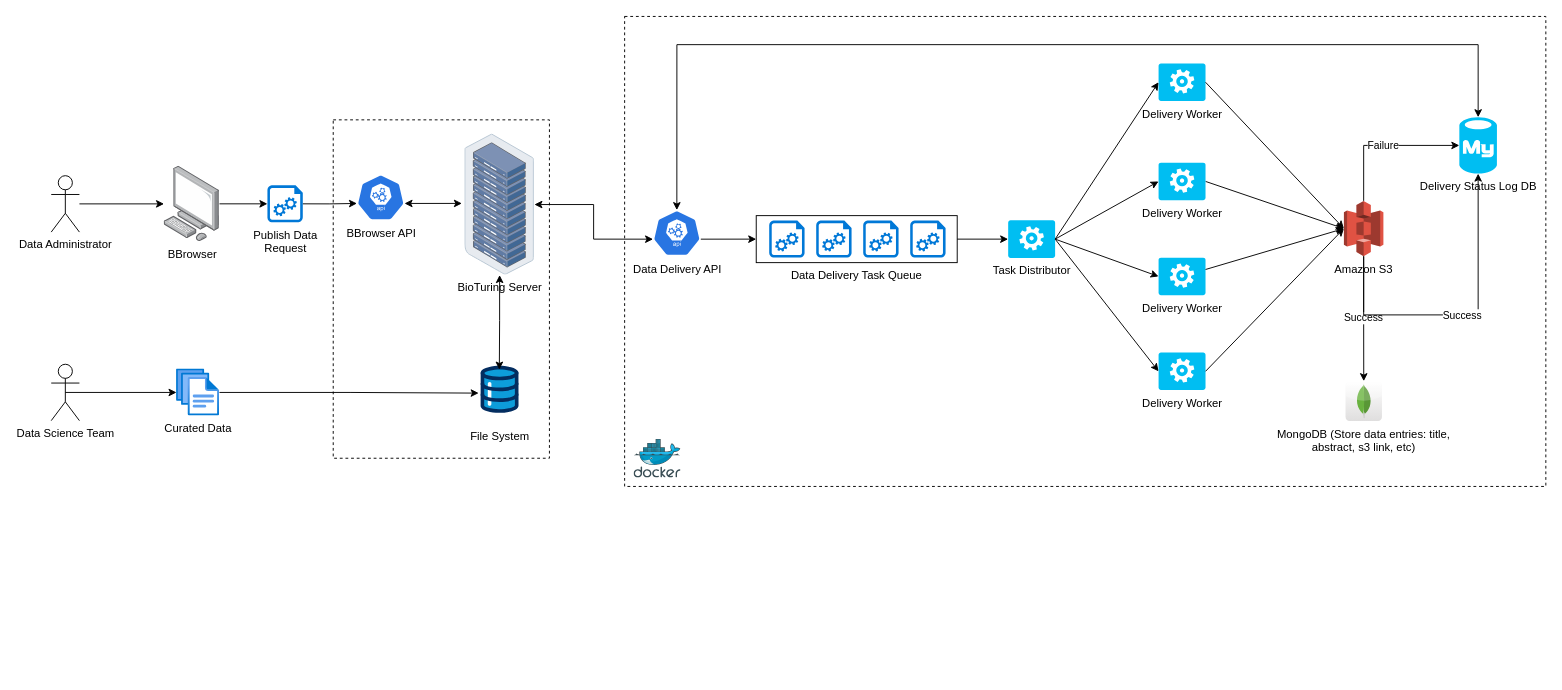
Earlier version of the draw.io diagram assets/img/portfolio/data_delivery_pipeline.drawio (phung025/phung025.github.io). Source tidied: cells renumbered, new cells numbered last; positions are measured from the earlier drawing's top-left corner, leaving out a move shared by most shapes. Both pictures are drawn from the tidied source at 94%, with x=0, y=0 at pixel (51, 16).
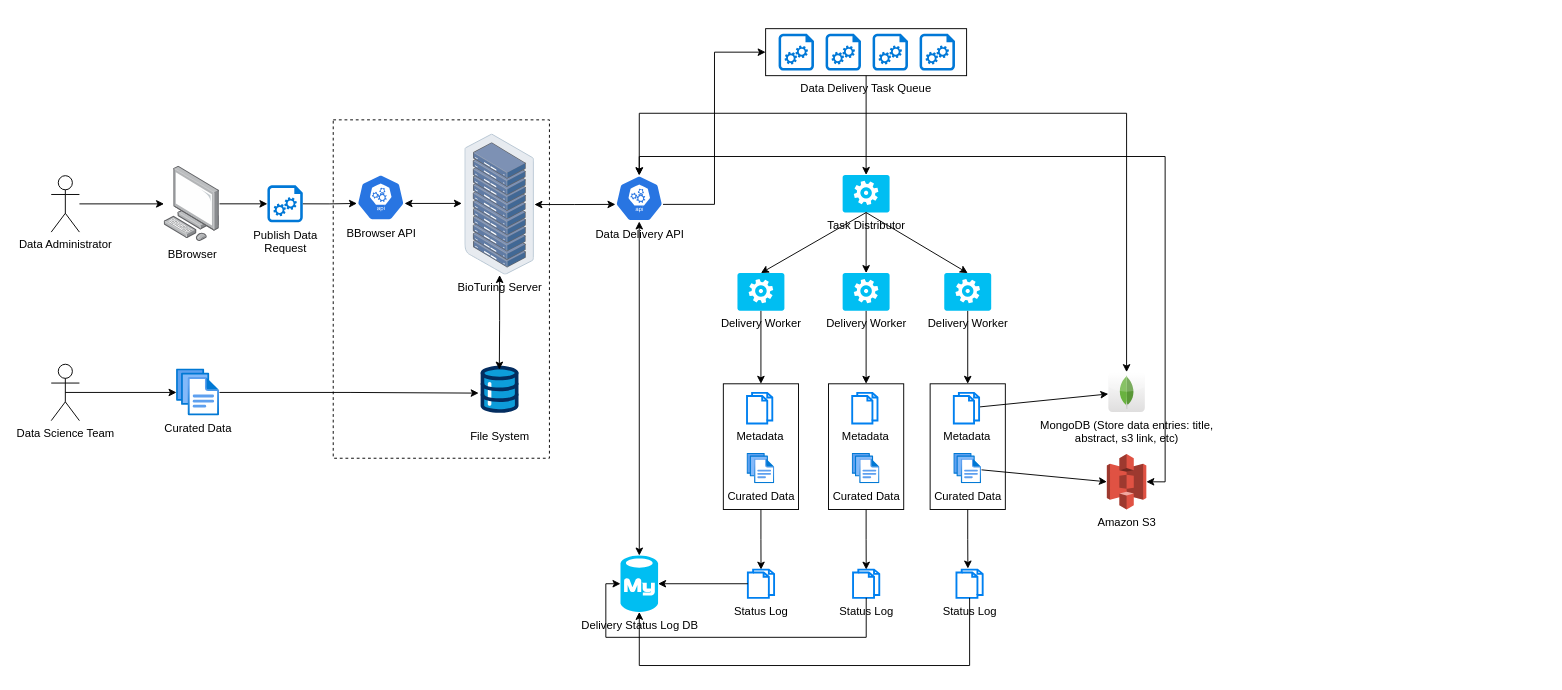
The same diagram, later.

Commit message (it also covers changes not shown here):
edit pipeline figure

Change to the diagram source:
```diff
@@
-    <mxCell id="3" style="rounded=0;whiteSpace=wrap;html=1;fillColor=none;dashed=1;" parent="1" vertex="1">
-      <mxGeometry x="610" width="980" height="500" as="geometry" />
-    </mxCell>
@@
-    <mxCell id="14" value="Success" style="edgeStyle=orthogonalEdgeStyle;rounded=0;jettySize=auto;html=1;exitX=0.5;exitY=1;exitDx=0;exitDy=0;exitPerimeter=0;" parent="1" edge="1" source="15" target="16">
-      <mxGeometry relative="1" as="geometry" />
-    </mxCell>
     <mxCell id="15" value="Amazon S3" style="outlineConnect=0;dashed=0;verticalLabelPosition=bottom;verticalAlign=top;align=center;html=1;shape=mxgraph.aws3.s3;fillColor=#E05243;gradientColor=none;" parent="1" vertex="1">
-      <mxGeometry x="1375.2" y="196.2" width="42" height="58.9" as="geometry" />
+      <mxGeometry x="1123" y="465.6" width="42" height="58.9" as="geometry" />
     </mxCell>
     <mxCell id="16" value="MongoDB (Store data entries: title, &lt;br&gt;abstract, s3 link, etc)" style="dashed=0;outlineConnect=0;html=1;align=center;labelPosition=center;verticalLabelPosition=bottom;verticalAlign=top;shape=mxgraph.webicons.mongodb;gradientColor=#DFDEDE;" parent="1" vertex="1">
-      <mxGeometry x="1376.9" y="388" width="38.8" height="42.5" as="geometry" />
+      <mxGeometry x="1124.6" y="378.4" width="38.8" height="42.5" as="geometry" />
     </mxCell>
     <mxCell id="17" value="Data Delivery Task Queue" style="rounded=0;whiteSpace=wrap;html=1;verticalAlign=top;fillColor=none;labelPosition=center;verticalLabelPosition=bottom;align=center;" parent="1" vertex="1">
-      <mxGeometry x="750" y="211.9" width="213.8" height="50" as="geometry" />
+      <mxGeometry x="760" y="13" width="213.8" height="50" as="geometry" />
     </mxCell>
     <mxCell id="18" value="Delivery Status Log DB" style="verticalLabelPosition=bottom;html=1;verticalAlign=top;align=center;strokeColor=none;fillColor=#00BEF2;shape=mxgraph.azure.mysql_database;" parent="1" vertex="1">
-      <mxGeometry x="1498" y="107.2" width="40" height="60" as="geometry" />
+      <mxGeometry x="605.6" y="573.5" width="40" height="60" as="geometry" />
     </mxCell>
     <mxCell id="19" style="sketch=0;shadow=0;dashed=0;html=1;strokeColor=none;labelPosition=center;verticalLabelPosition=bottom;verticalAlign=top;align=center;shape=mxgraph.azure.startup_task;fillColor=#0078D7;" parent="1" vertex="1">
-      <mxGeometry x="763.8" y="217.2" width="37.7" height="39.3" as="geometry" />
+      <mxGeometry x="773.8" y="18.3" width="37.7" height="39.3" as="geometry" />
     </mxCell>
     <mxCell id="20" style="sketch=0;shadow=0;dashed=0;html=1;strokeColor=none;labelPosition=center;verticalLabelPosition=bottom;verticalAlign=top;align=center;shape=mxgraph.azure.startup_task;fillColor=#0078D7;" parent="1" vertex="1">
-      <mxGeometry x="813.8" y="217.2" width="37.7" height="39.3" as="geometry" />
+      <mxGeometry x="823.8" y="18.3" width="37.7" height="39.3" as="geometry" />
     </mxCell>
     <mxCell id="21" style="sketch=0;shadow=0;dashed=0;html=1;strokeColor=none;labelPosition=center;verticalLabelPosition=bottom;verticalAlign=top;align=center;shape=mxgraph.azure.startup_task;fillColor=#0078D7;" parent="1" vertex="1">
-      <mxGeometry x="863.8" y="217.2" width="37.7" height="39.3" as="geometry" />
+      <mxGeometry x="873.8" y="18.3" width="37.7" height="39.3" as="geometry" />
     </mxCell>
     <mxCell id="22" style="sketch=0;shadow=0;dashed=0;html=1;strokeColor=none;labelPosition=center;verticalLabelPosition=bottom;verticalAlign=top;align=center;shape=mxgraph.azure.startup_task;fillColor=#0078D7;" parent="1" vertex="1">
-      <mxGeometry x="913.8" y="217.2" width="37.7" height="39.3" as="geometry" />
+      <mxGeometry x="923.8" y="18.3" width="37.7" height="39.3" as="geometry" />
     </mxCell>
@@
     <mxCell id="28" value="Task Distributor" style="verticalLabelPosition=bottom;html=1;verticalAlign=top;align=center;strokeColor=none;fillColor=#00BEF2;shape=mxgraph.azure.worker_role;" parent="1" vertex="1">
-      <mxGeometry x="1018" y="216.9" width="50" height="40" as="geometry" />
+      <mxGeometry x="841.9" y="168.6" width="50" height="40" as="geometry" />
     </mxCell>
+    <mxCell id="49" style="edgeStyle=orthogonalEdgeStyle;rounded=0;jettySize=auto;html=1;exitX=0.5;exitY=1;exitDx=0;exitDy=0;exitPerimeter=0;" parent="1" edge="1" source="29" target="53">
+      <mxGeometry relative="1" as="geometry" />
+    </mxCell>
     <mxCell id="29" value="Delivery Worker" style="verticalLabelPosition=bottom;html=1;verticalAlign=top;align=center;strokeColor=none;fillColor=#00BEF2;shape=mxgraph.azure.worker_role;" parent="1" vertex="1">
-      <mxGeometry x="1178" y="256.6" width="50" height="40" as="geometry" />
+      <mxGeometry x="950" y="273" width="50" height="40" as="geometry" />
     </mxCell>
-    <mxCell id="30" style="rounded=0;jettySize=auto;html=1;exitX=1;exitY=0.5;exitDx=0;exitDy=0;exitPerimeter=0;entryX=0;entryY=0.5;entryDx=0;entryDy=0;entryPerimeter=0;" parent="1" edge="1" source="31" target="15">
-      <mxGeometry relative="1" as="geometry" />
-    </mxCell>
+    <mxCell id="50" style="edgeStyle=orthogonalEdgeStyle;rounded=0;jettySize=auto;html=1;exitX=0.5;exitY=1;exitDx=0;exitDy=0;exitPerimeter=0;entryX=0.5;entryY=0;entryDx=0;entryDy=0;" parent="1" edge="1" source="31" target="60">
+      <mxGeometry relative="1" as="geometry" />
+    </mxCell>
     <mxCell id="31" value="Delivery Worker" style="verticalLabelPosition=bottom;html=1;verticalAlign=top;align=center;strokeColor=none;fillColor=#00BEF2;shape=mxgraph.azure.worker_role;" parent="1" vertex="1">
-      <mxGeometry x="1178" y="155.5" width="50" height="40" as="geometry" />
+      <mxGeometry x="841.9" y="273" width="50" height="40" as="geometry" />
     </mxCell>
-    <mxCell id="32" value="Delivery Worker" style="verticalLabelPosition=bottom;html=1;verticalAlign=top;align=center;strokeColor=none;fillColor=#00BEF2;shape=mxgraph.azure.worker_role;" parent="1" vertex="1">
-      <mxGeometry x="1178" y="357.5" width="50" height="40" as="geometry" />
-    </mxCell>
+    <mxCell id="51" style="edgeStyle=orthogonalEdgeStyle;rounded=0;jettySize=auto;html=1;exitX=0.5;exitY=1;exitDx=0;exitDy=0;exitPerimeter=0;entryX=0.5;entryY=0;entryDx=0;entryDy=0;" parent="1" edge="1" source="33" target="64">
+      <mxGeometry relative="1" as="geometry" />
+    </mxCell>
     <mxCell id="33" value="Delivery Worker" style="verticalLabelPosition=bottom;html=1;verticalAlign=top;align=center;strokeColor=none;fillColor=#00BEF2;shape=mxgraph.azure.worker_role;" parent="1" vertex="1">
-      <mxGeometry x="1178" y="50" width="50" height="40" as="geometry" />
+      <mxGeometry x="730" y="273" width="50" height="40" as="geometry" />
     </mxCell>
-    <mxCell id="34" style="edgeStyle=orthogonalEdgeStyle;rounded=0;jettySize=auto;html=1;exitX=1;exitY=0.5;exitDx=0;exitDy=0;entryX=0;entryY=0.5;entryDx=0;entryDy=0;entryPerimeter=0;" parent="1" edge="1" source="17" target="28">
+    <mxCell id="34" style="edgeStyle=orthogonalEdgeStyle;rounded=0;jettySize=auto;html=1;exitX=0.5;exitY=1;exitDx=0;exitDy=0;entryX=0.5;entryY=0;entryDx=0;entryDy=0;entryPerimeter=0;" parent="1" edge="1" source="17" target="28">
       <mxGeometry relative="1" as="geometry" />
     </mxCell>
-    <mxCell id="35" style="rounded=0;jettySize=auto;html=1;exitX=1;exitY=0.5;exitDx=0;exitDy=0;exitPerimeter=0;entryX=0;entryY=0.5;entryDx=0;entryDy=0;entryPerimeter=0;" parent="1" edge="1" source="28" target="33">
+    <mxCell id="35" style="rounded=0;jettySize=auto;html=1;exitX=0.5;exitY=1;exitDx=0;exitDy=0;exitPerimeter=0;entryX=0.5;entryY=0;entryDx=0;entryDy=0;entryPerimeter=0;" parent="1" edge="1" source="28" target="33">
       <mxGeometry relative="1" as="geometry" />
     </mxCell>
-    <mxCell id="36" style="rounded=0;jettySize=auto;html=1;exitX=1;exitY=0.5;exitDx=0;exitDy=0;exitPerimeter=0;entryX=0;entryY=0.5;entryDx=0;entryDy=0;entryPerimeter=0;" parent="1" edge="1" source="28" target="31">
+    <mxCell id="36" style="rounded=0;jettySize=auto;html=1;exitX=0.5;exitY=1;exitDx=0;exitDy=0;exitPerimeter=0;entryX=0.5;entryY=0;entryDx=0;entryDy=0;entryPerimeter=0;" parent="1" edge="1" source="28" target="31">
       <mxGeometry relative="1" as="geometry" />
     </mxCell>
-    <mxCell id="37" style="rounded=0;jettySize=auto;html=1;exitX=1;exitY=0.5;exitDx=0;exitDy=0;exitPerimeter=0;entryX=0;entryY=0.5;entryDx=0;entryDy=0;entryPerimeter=0;" parent="1" edge="1" source="28" target="29">
+    <mxCell id="37" style="rounded=0;jettySize=auto;html=1;exitX=0.5;exitY=1;exitDx=0;exitDy=0;exitPerimeter=0;entryX=0.5;entryY=0;entryDx=0;entryDy=0;entryPerimeter=0;" parent="1" edge="1" source="28" target="29">
       <mxGeometry relative="1" as="geometry" />
     </mxCell>
-    <mxCell id="38" style="rounded=0;jettySize=auto;html=1;exitX=1;exitY=0.5;exitDx=0;exitDy=0;exitPerimeter=0;entryX=0;entryY=0.5;entryDx=0;entryDy=0;entryPerimeter=0;" parent="1" edge="1" source="28" target="32">
-      <mxGeometry relative="1" as="geometry" />
-    </mxCell>
-    <mxCell id="39" style="rounded=0;jettySize=auto;html=1;exitX=1;exitY=0.5;exitDx=0;exitDy=0;exitPerimeter=0;entryX=0;entryY=0.5;entryDx=0;entryDy=0;entryPerimeter=0;" parent="1" edge="1" source="33" target="15">
-      <mxGeometry relative="1" as="geometry" />
-    </mxCell>
-    <mxCell id="40" style="rounded=0;jettySize=auto;html=1;entryX=0;entryY=0.5;entryDx=0;entryDy=0;entryPerimeter=0;" parent="1" edge="1" source="29" target="15">
-      <mxGeometry relative="1" as="geometry" />
-    </mxCell>
-    <mxCell id="41" style="rounded=0;jettySize=auto;html=1;exitX=1;exitY=0.5;exitDx=0;exitDy=0;exitPerimeter=0;entryX=0;entryY=0.5;entryDx=0;entryDy=0;entryPerimeter=0;" parent="1" edge="1" source="32" target="15">
-      <mxGeometry relative="1" as="geometry" />
-    </mxCell>
-    <mxCell id="42" value="Failure" style="edgeStyle=orthogonalEdgeStyle;rounded=0;jettySize=auto;html=1;exitX=0.5;exitY=0;exitDx=0;exitDy=0;exitPerimeter=0;entryX=0;entryY=0.5;entryDx=0;entryDy=0;entryPerimeter=0;" parent="1" edge="1" source="15" target="18">
-      <mxGeometry relative="1" as="geometry" />
-    </mxCell>
-    <mxCell id="43" value="Success" style="edgeStyle=orthogonalEdgeStyle;rounded=0;jettySize=auto;html=1;exitX=0.5;exitY=1;exitDx=0;exitDy=0;exitPerimeter=0;entryX=0.5;entryY=1;entryDx=0;entryDy=0;entryPerimeter=0;" parent="1" edge="1" source="15" target="18">
-      <mxGeometry relative="1" as="geometry">
-        <Array as="points">
-          <mxPoint x="1396" y="317.5" />
-          <mxPoint x="1518" y="317.5" />
-        </Array>
-      </mxGeometry>
-    </mxCell>
-    <mxCell id="44" style="image;sketch=0;html=1;align=center;fontSize=12;image=img/lib/mscae/Docker.svg;" parent="1" vertex="1">
-      <mxGeometry x="620" y="450" width="50" height="41" as="geometry" />
-    </mxCell>
@@
+    <mxCell id="52" style="edgeStyle=orthogonalEdgeStyle;rounded=0;jettySize=auto;html=1;exitX=0.5;exitY=0;exitDx=0;exitDy=0;exitPerimeter=0;startArrow=classic;startFill=1;" parent="1" edge="1" source="46" target="16">
+      <mxGeometry relative="1" as="geometry">
+        <Array as="points">
+          <mxPoint x="626" y="103" />
+          <mxPoint x="1144" y="103" />
+        </Array>
+      </mxGeometry>
+    </mxCell>
     <mxCell id="46" value="Data Delivery API" style="sketch=0;html=1;dashed=0;whitespace=wrap;fillColor=#2875E2;strokeColor=#ffffff;points=[[0.005,0.63,0],[0.1,0.2,0],[0.9,0.2,0],[0.5,0,0],[0.995,0.63,0],[0.72,0.99,0],[0.5,1,0],[0.28,0.99,0]];verticalLabelPosition=bottom;align=center;verticalAlign=top;shape=mxgraph.kubernetes.icon;prIcon=api;" parent="1" vertex="1">
-      <mxGeometry x="640" y="206" width="51.1" height="49.1" as="geometry" />
+      <mxGeometry x="600" y="169" width="51.1" height="49.1" as="geometry" />
     </mxCell>
@@
+    <mxCell id="53" style="rounded=0;whiteSpace=wrap;html=1;fillColor=none;" parent="1" vertex="1">
+      <mxGeometry x="935" y="390.8" width="80" height="133.7" as="geometry" />
+    </mxCell>
+    <mxCell id="54" value="Curated Data" style="image;html=1;points=[];align=center;fontSize=12;image=img/lib/azure2/general/Files.svg;" parent="1" vertex="1">
+      <mxGeometry x="960.2" y="464.8" width="29.5" height="32.3" as="geometry" />
+    </mxCell>
+    <mxCell id="55" style="rounded=0;jettySize=auto;html=1;" parent="1" edge="1" source="56" target="16">
+      <mxGeometry relative="1" as="geometry" />
+    </mxCell>
+    <mxCell id="56" value="Metadata" style="html=1;verticalLabelPosition=bottom;align=center;labelBackgroundColor=#ffffff;verticalAlign=top;strokeWidth=2;strokeColor=#0080F0;shadow=0;dashed=0;shape=mxgraph.ios7.icons.documents;" parent="1" vertex="1">
+      <mxGeometry x="960.2" y="400.5" width="26.9" height="32.6" as="geometry" />
+    </mxCell>
+    <mxCell id="57" value="Status Log" style="html=1;verticalLabelPosition=bottom;align=center;labelBackgroundColor=#ffffff;verticalAlign=top;strokeWidth=2;strokeColor=#0080F0;shadow=0;dashed=0;shape=mxgraph.ios7.icons.documents;" parent="1" vertex="1">
+      <mxGeometry x="963" y="588.5" width="27.9" height="30" as="geometry" />
+    </mxCell>
+    <mxCell id="58" style="rounded=0;jettySize=auto;html=1;entryX=0;entryY=0.5;entryDx=0;entryDy=0;entryPerimeter=0;" parent="1" edge="1" source="54" target="15">
+      <mxGeometry relative="1" as="geometry" />
+    </mxCell>
+    <mxCell id="59" style="edgeStyle=orthogonalEdgeStyle;rounded=0;jettySize=auto;html=1;exitX=0.5;exitY=1;exitDx=0;exitDy=0;" parent="1" edge="1" source="60" target="69">
+      <mxGeometry relative="1" as="geometry" />
+    </mxCell>
+    <mxCell id="60" style="rounded=0;whiteSpace=wrap;html=1;fillColor=none;" parent="1" vertex="1">
+      <mxGeometry x="826.9" y="390.8" width="80" height="133.7" as="geometry" />
+    </mxCell>
+    <mxCell id="61" value="Curated Data" style="image;html=1;align=center;fontSize=12;image=img/lib/azure2/general/Files.svg;" parent="1" vertex="1">
+      <mxGeometry x="852.1" y="464.8" width="29.5" height="32.3" as="geometry" />
+    </mxCell>
+    <mxCell id="62" value="Metadata" style="html=1;verticalLabelPosition=bottom;align=center;labelBackgroundColor=#ffffff;verticalAlign=top;strokeWidth=2;strokeColor=#0080F0;shadow=0;dashed=0;shape=mxgraph.ios7.icons.documents;" parent="1" vertex="1">
+      <mxGeometry x="852.1" y="400.5" width="26.9" height="32.6" as="geometry" />
+    </mxCell>
+    <mxCell id="63" style="edgeStyle=orthogonalEdgeStyle;rounded=0;jettySize=auto;html=1;exitX=0.5;exitY=1;exitDx=0;exitDy=0;" parent="1" edge="1" source="64" target="70">
+      <mxGeometry relative="1" as="geometry" />
+    </mxCell>
+    <mxCell id="64" style="rounded=0;whiteSpace=wrap;html=1;fillColor=none;" parent="1" vertex="1">
+      <mxGeometry x="715" y="390.8" width="80" height="133.7" as="geometry" />
+    </mxCell>
+    <mxCell id="65" value="Curated Data" style="image;html=1;align=center;fontSize=12;image=img/lib/azure2/general/Files.svg;" parent="1" vertex="1">
+      <mxGeometry x="740.2" y="464.8" width="29.5" height="32.3" as="geometry" />
+    </mxCell>
+    <mxCell id="66" value="Metadata" style="html=1;verticalLabelPosition=bottom;align=center;labelBackgroundColor=#ffffff;verticalAlign=top;strokeWidth=2;strokeColor=#0080F0;shadow=0;dashed=0;shape=mxgraph.ios7.icons.documents;" parent="1" vertex="1">
+      <mxGeometry x="740.2" y="400.5" width="26.9" height="32.6" as="geometry" />
+    </mxCell>
+    <mxCell id="67" style="edgeStyle=orthogonalEdgeStyle;rounded=0;jettySize=auto;html=1;exitX=0.5;exitY=1;exitDx=0;exitDy=0;entryX=0.436;entryY=-0.039;entryDx=0;entryDy=0;entryPerimeter=0;" parent="1" edge="1" source="53" target="57">
+      <mxGeometry relative="1" as="geometry" />
+    </mxCell>
+    <mxCell id="68" style="edgeStyle=orthogonalEdgeStyle;rounded=0;jettySize=auto;html=1;exitX=0.5;exitY=0;exitDx=0;exitDy=0;exitPerimeter=0;entryX=1;entryY=0.5;entryDx=0;entryDy=0;entryPerimeter=0;startArrow=classic;startFill=1;" parent="1" edge="1" source="46" target="15">
+      <mxGeometry relative="1" as="geometry" />
+    </mxCell>
-    <mxCell id="48" style="edgeStyle=orthogonalEdgeStyle;rounded=0;jettySize=auto;html=1;entryX=0.5;entryY=0;entryDx=0;entryDy=0;entryPerimeter=0;exitX=0.5;exitY=0;exitDx=0;exitDy=0;exitPerimeter=0;startArrow=classic;startFill=1;" parent="1" edge="1" source="46" target="18">
-      <mxGeometry relative="1" as="geometry">
-        <Array as="points">
-          <mxPoint x="666" y="30" />
-          <mxPoint x="1518" y="30" />
-        </Array>
-      </mxGeometry>
+    <mxCell id="48" style="edgeStyle=orthogonalEdgeStyle;rounded=0;jettySize=auto;html=1;exitX=0.5;exitY=1;exitDx=0;exitDy=0;exitPerimeter=0;entryX=0.5;entryY=0;entryDx=0;entryDy=0;entryPerimeter=0;startArrow=classic;startFill=1;" parent="1" edge="1" source="46" target="18">
+      <mxGeometry relative="1" as="geometry" />
     </mxCell>
+    <mxCell id="69" value="Status Log" style="html=1;verticalLabelPosition=bottom;align=center;labelBackgroundColor=#ffffff;verticalAlign=top;strokeWidth=2;strokeColor=#0080F0;shadow=0;dashed=0;shape=mxgraph.ios7.icons.documents;" parent="1" vertex="1">
+      <mxGeometry x="853" y="588.5" width="27.9" height="30" as="geometry" />
+    </mxCell>
+    <mxCell id="70" value="Status Log" style="html=1;verticalLabelPosition=bottom;align=center;labelBackgroundColor=#ffffff;verticalAlign=top;strokeWidth=2;strokeColor=#0080F0;shadow=0;dashed=0;shape=mxgraph.ios7.icons.documents;" parent="1" vertex="1">
+      <mxGeometry x="741.1" y="588.5" width="27.9" height="30" as="geometry" />
+    </mxCell>
+    <mxCell id="71" style="edgeStyle=orthogonalEdgeStyle;rounded=0;jettySize=auto;html=1;entryX=1;entryY=0.5;entryDx=0;entryDy=0;entryPerimeter=0;" parent="1" edge="1" source="70" target="18">
+      <mxGeometry relative="1" as="geometry" />
+    </mxCell>
+    <mxCell id="72" style="edgeStyle=orthogonalEdgeStyle;rounded=0;jettySize=auto;html=1;entryX=0;entryY=0.5;entryDx=0;entryDy=0;entryPerimeter=0;" parent="1" edge="1" source="69" target="18">
+      <mxGeometry relative="1" as="geometry">
+        <Array as="points">
+          <mxPoint x="867" y="660.5" />
+          <mxPoint x="590" y="660.5" />
+          <mxPoint x="590" y="603.5" />
+        </Array>
+      </mxGeometry>
+    </mxCell>
+    <mxCell id="73" style="edgeStyle=orthogonalEdgeStyle;rounded=0;jettySize=auto;html=1;entryX=0.5;entryY=1;entryDx=0;entryDy=0;entryPerimeter=0;" parent="1" edge="1" source="57" target="18">
+      <mxGeometry relative="1" as="geometry">
+        <Array as="points">
+          <mxPoint x="977" y="690.5" />
+          <mxPoint x="626" y="690.5" />
+        </Array>
+      </mxGeometry>
+    </mxCell>
```
